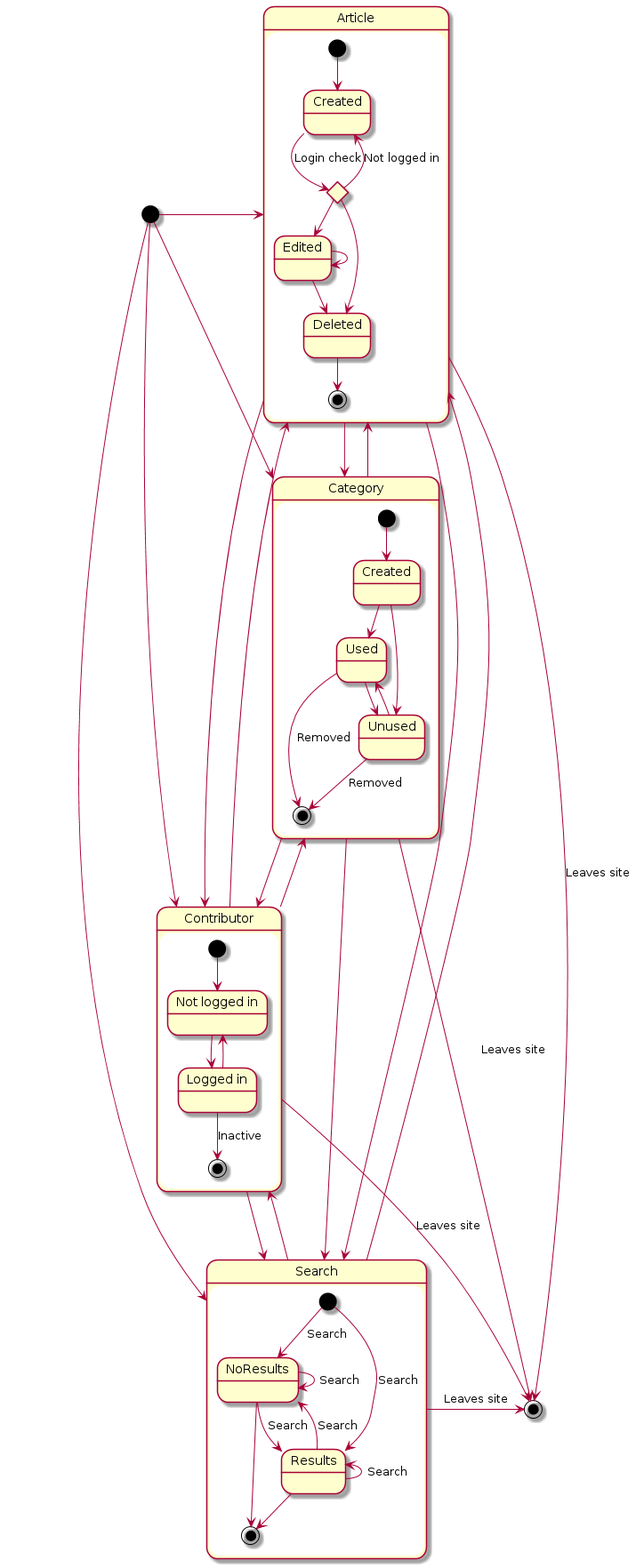
The PlantUML diagram documentation/uml/state/combined.png in software-strijders/billy, before a commit.
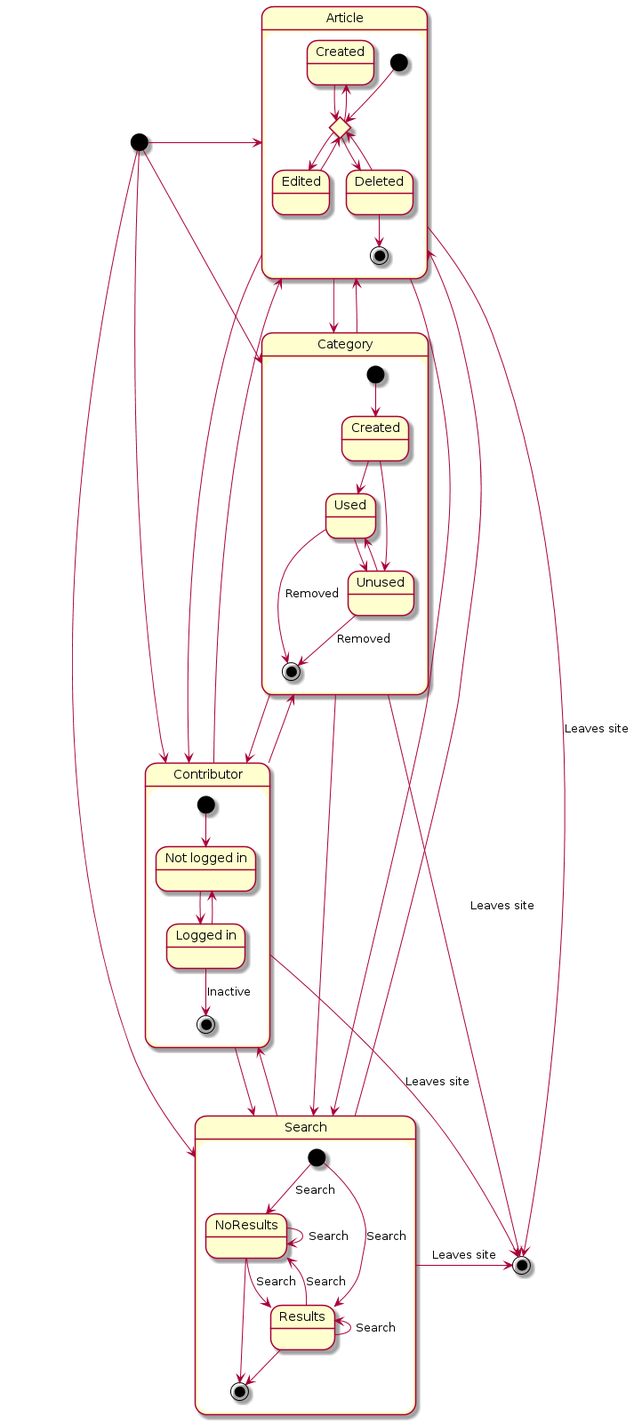
The same diagram one commit later.

Commit message:
Update combined state diagram

Change to the diagram source:
```diff
@@ -5,17 +5,15 @@
   state "Deleted" as D
   state loggedIn <<choice>>
 
-  [*] --> C
+  [*] --> loggedIn
+  C --> loggedIn
+  E --> loggedIn
 
-  C --> loggedIn : Login check
-  loggedIn --> C : Not logged in
+  loggedIn --> C
+  loggedIn --> D
+  loggedIn --> E
 
-  loggedIn --> E
-  loggedIn --> D
-
-  E --> E
-  E --> D
-
+  D --> loggedIn
   D --> [*]
 }
 
```
